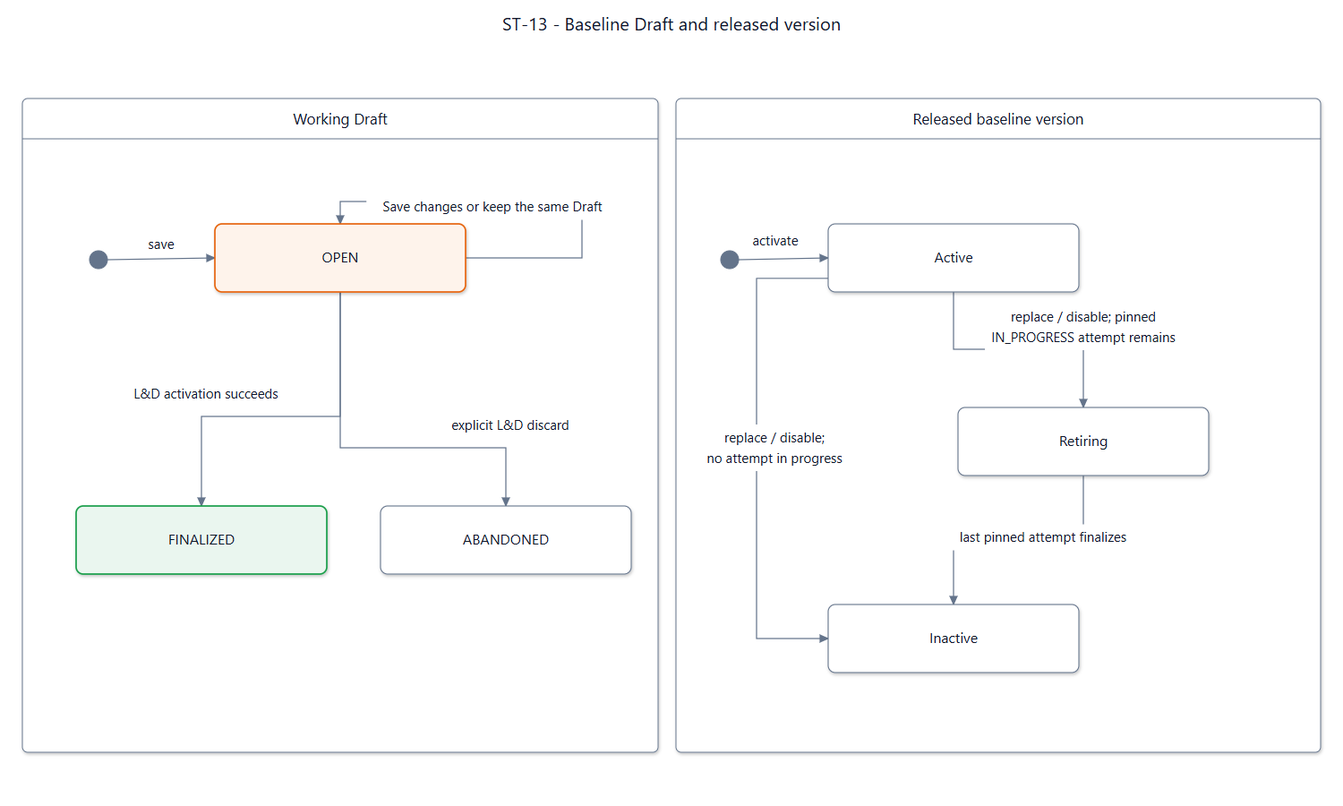
SEP490-Fall-2026-GFA26SE64/SEP490 keeps this Mermaid diagram as documents/diagrams/mermaid/st-13.png. Above is the earlier version. Its source is kept beside it as documents/diagrams/mermaid/st-13.mmd. Its diagram source:
```mermaid
---
title: "ST-13 - Adaptive blueprint working row and released availability"
config: {"theme":"base","fontFamily":"Segoe UI, Arial, sans-serif","themeVariables":{"fontFamily":"Segoe UI, Arial, sans-serif","fontSize":"16px","primaryColor":"#ffffff","primaryTextColor":"#0f1729","primaryBorderColor":"#64748b","secondaryColor":"#fef3eb","tertiaryColor":"#ffffff","lineColor":"#64748b","textColor":"#0f1729","mainBkg":"#ffffff","background":"#ffffff","clusterBkg":"#ffffff","clusterBorder":"#64748b","edgeLabelBackground":"#ffffff","titleColor":"#0f1729","noteBkgColor":"#fef3eb","noteTextColor":"#0f1729","noteBorderColor":"#e6650f","labelColor":"#0f1729","compositeBackground":"#ffffff","compositeTitleBackground":"#ffffff","compositeBorder":"#64748b","altBackground":"#ffffff","nodeBorder":"#64748b","nodeTextColor":"#0f1729","cScale0":"#ffffff","cScaleLabel0":"#0f1729","cScale1":"#ffffff","cScaleLabel1":"#0f1729","cScale2":"#ffffff","cScaleLabel2":"#0f1729","cScale3":"#ffffff","cScaleLabel3":"#0f1729","cScale4":"#ffffff","cScaleLabel4":"#0f1729","cScale5":"#ffffff","cScaleLabel5":"#0f1729","cScale6":"#ffffff","cScaleLabel6":"#0f1729","cScale7":"#ffffff","cScaleLabel7":"#0f1729","cScale8":"#ffffff","cScaleLabel8":"#0f1729","cScale9":"#ffffff","cScaleLabel9":"#0f1729","cScale10":"#ffffff","cScaleLabel10":"#0f1729","cScale11":"#ffffff","cScaleLabel11":"#0f1729","secondaryBorderColor":"#64748b","tertiaryBorderColor":"#64748b","secondaryTextColor":"#0f1729","tertiaryTextColor":"#0f1729"},"state":{"nodeSpacing":42,"rankSpacing":64,"padding":16,"fontSize":16,"wrappingWidth":250}}
---
stateDiagram-v2
  state "Working revision (persisted)" as SDD_ST_13_Working {
    state "OPEN" as SDD_ST_13_OPEN
    state "FINALIZED" as SDD_ST_13_FINALIZED
    state "ABANDONED" as SDD_ST_13_ABANDONED
    [*] --> SDD_ST_13_OPEN
    SDD_ST_13_OPEN --> SDD_ST_13_OPEN : revision-checked save / no-op receipt
    SDD_ST_13_OPEN --> SDD_ST_13_FINALIZED : successful activation
    SDD_ST_13_OPEN --> SDD_ST_13_ABANDONED : explicit confirmed discard
  }
  state "Released version (derived<br/>availability)" as SDD_ST_13_Released {
    state "Active" as SDD_ST_13_Active
    state "Retiring" as SDD_ST_13_Retiring
    state "Inactive" as SDD_ST_13_Inactive
    [*] --> SDD_ST_13_Active : current activation pointer
    SDD_ST_13_Active --> SDD_ST_13_Retiring : pointer replaced/disabled, pinned<br/>IN_PROGRESS exists
    SDD_ST_13_Active --> SDD_ST_13_Inactive : pointer replaced/disabled, no IN_PROGRESS
    SDD_ST_13_Retiring --> SDD_ST_13_Inactive : last pinned attempt genuinely finalized
  }

  classDef working fill:#fef3eb,stroke:#e6650f,color:#0f1729,stroke-width:1.5px
  class SDD_ST_13_OPEN,SDD_ST_13_Active working
```
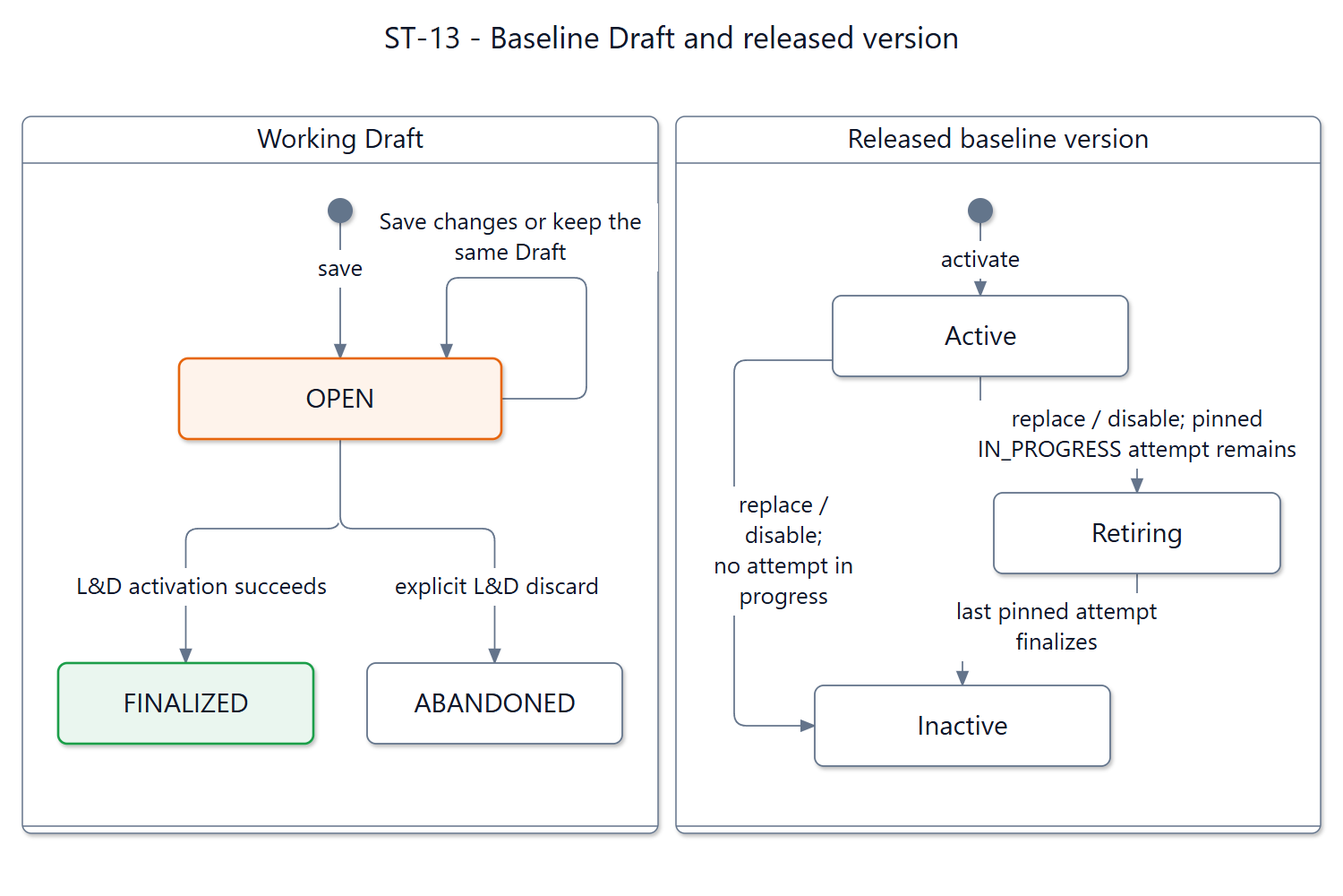
Later version of the same file.

Change to the diagram source:
```diff
@@ -1,26 +1,28 @@
 ---
-title: "ST-13 - Adaptive blueprint working row and released availability"
+title: "ST-13 - Baseline Draft and released version"
 config: {"theme":"base","fontFamily":"Segoe UI, Arial, sans-serif","themeVariables":{"fontFamily":"Segoe UI, Arial, sans-serif","fontSize":"16px","primaryColor":"#ffffff","primaryTextColor":"#0f1729","primaryBorderColor":"#64748b","secondaryColor":"#fef3eb","tertiaryColor":"#ffffff","lineColor":"#64748b","textColor":"#0f1729","mainBkg":"#ffffff","background":"#ffffff","clusterBkg":"#ffffff","clusterBorder":"#64748b","edgeLabelBackground":"#ffffff","titleColor":"#0f1729","noteBkgColor":"#fef3eb","noteTextColor":"#0f1729","noteBorderColor":"#e6650f","labelColor":"#0f1729","compositeBackground":"#ffffff","compositeTitleBackground":"#ffffff","compositeBorder":"#64748b","altBackground":"#ffffff","nodeBorder":"#64748b","nodeTextColor":"#0f1729","cScale0":"#ffffff","cScaleLabel0":"#0f1729","cScale1":"#ffffff","cScaleLabel1":"#0f1729","cScale2":"#ffffff","cScaleLabel2":"#0f1729","cScale3":"#ffffff","cScaleLabel3":"#0f1729","cScale4":"#ffffff","cScaleLabel4":"#0f1729","cScale5":"#ffffff","cScaleLabel5":"#0f1729","cScale6":"#ffffff","cScaleLabel6":"#0f1729","cScale7":"#ffffff","cScaleLabel7":"#0f1729","cScale8":"#ffffff","cScaleLabel8":"#0f1729","cScale9":"#ffffff","cScaleLabel9":"#0f1729","cScale10":"#ffffff","cScaleLabel10":"#0f1729","cScale11":"#ffffff","cScaleLabel11":"#0f1729","secondaryBorderColor":"#64748b","tertiaryBorderColor":"#64748b","secondaryTextColor":"#0f1729","tertiaryTextColor":"#0f1729"},"state":{"nodeSpacing":42,"rankSpacing":64,"padding":16,"fontSize":16,"wrappingWidth":250}}
 ---
 stateDiagram-v2
-  state "Working revision (persisted)" as SDD_ST_13_Working {
-    state "OPEN" as SDD_ST_13_OPEN
-    state "FINALIZED" as SDD_ST_13_FINALIZED
-    state "ABANDONED" as SDD_ST_13_ABANDONED
-    [*] --> SDD_ST_13_OPEN
-    SDD_ST_13_OPEN --> SDD_ST_13_OPEN : revision-checked save / no-op receipt
-    SDD_ST_13_OPEN --> SDD_ST_13_FINALIZED : successful activation
-    SDD_ST_13_OPEN --> SDD_ST_13_ABANDONED : explicit confirmed discard
+  state "Working Draft" as Group0 {
+    state "OPEN" as open
+    state "FINALIZED" as final
+    state "ABANDONED" as abandon
+    [*] --> open : save
+    open --> open : Save changes or keep the same Draft
+    open --> final : L&D activation succeeds
+    open --> abandon : explicit L&D discard
   }
-  state "Released version (derived<br/>availability)" as SDD_ST_13_Released {
-    state "Active" as SDD_ST_13_Active
-    state "Retiring" as SDD_ST_13_Retiring
-    state "Inactive" as SDD_ST_13_Inactive
-    [*] --> SDD_ST_13_Active : current activation pointer
-    SDD_ST_13_Active --> SDD_ST_13_Retiring : pointer replaced/disabled, pinned<br/>IN_PROGRESS exists
-    SDD_ST_13_Active --> SDD_ST_13_Inactive : pointer replaced/disabled, no IN_PROGRESS
-    SDD_ST_13_Retiring --> SDD_ST_13_Inactive : last pinned attempt genuinely finalized
+  state "Released baseline version" as Group1 {
+    state "Active" as active
+    state "Retiring" as retiring
+    state "Inactive" as inactive
+    [*] --> active : activate
+    active --> retiring : replace / disable; pinned IN_PROGRESS attempt remains
+    active --> inactive : replace / disable; no attempt in progress
+    retiring --> inactive : last pinned attempt finalizes
   }
-
+  classDef accepted fill:#eaf6ef,stroke:#1a9e4a,color:#0f1729,stroke-width:1.5px
+  classDef attention fill:#fdf2f2,stroke:#dc2828,color:#0f1729,stroke-width:1.5px
   classDef working fill:#fef3eb,stroke:#e6650f,color:#0f1729,stroke-width:1.5px
-  class SDD_ST_13_OPEN,SDD_ST_13_Active working
+  class open working
+  class final accepted
```
